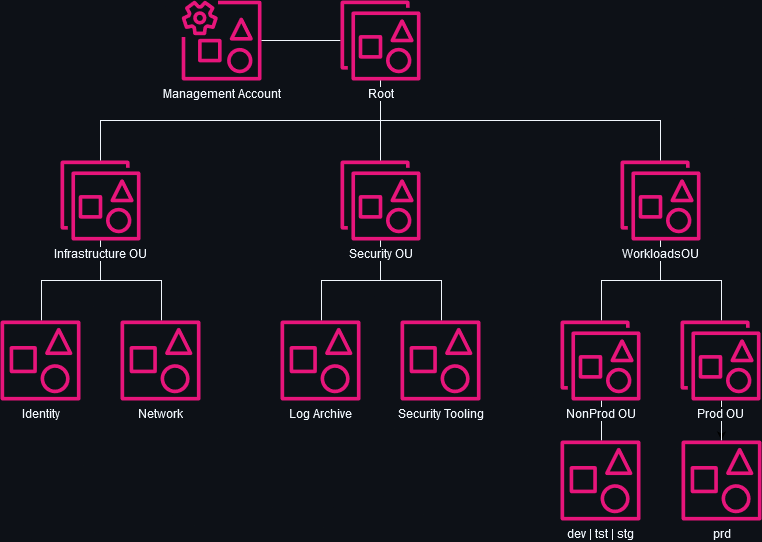
jeremy-banks/devops keeps this draw.io diagram as drawings/org-and-account-layout.drawio.png. Above is the earlier version. Source tidied: cells renumbered, new cells last; positions are measured from the earlier drawing's top-left corner, leaving out a move shared by most shapes.
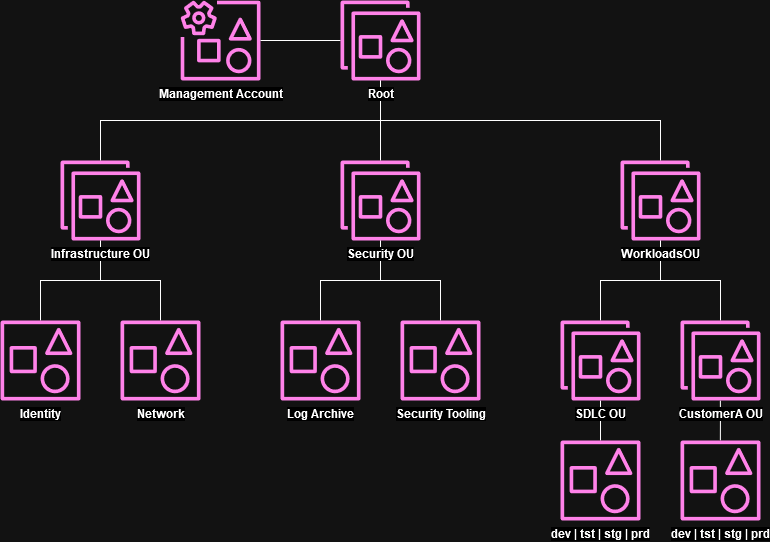
Above is the later version.

Change to the diagram source:
```diff
@@ -1,114 +1,113 @@
-<mxGraphModel background="#0D1117">
+<mxGraphModel>
   <root>
     <mxCell id="0" />
     <mxCell id="1" parent="0" />
+    <mxCell id="28" style="edgeStyle=orthogonalEdgeStyle;rounded=0;orthogonalLoop=1;jettySize=auto;html=1;labelBackgroundColor=default;fontColor=#000000;strokeColor=#000000;endArrow=none;endFill=0;fontStyle=1;" parent="1" edge="1">
+      <mxGeometry relative="1" as="geometry">
+        <mxPoint x="719.9" y="400" as="sourcePoint" />
+        <mxPoint x="719.9" y="440" as="targetPoint" />
+        <Array as="points">
+          <mxPoint x="720" y="420" />
+          <mxPoint x="720" y="420" />
+        </Array>
+      </mxGeometry>
+    </mxCell>
-    <mxCell id="2" value="Management Account" style="sketch=0;outlineConnect=0;fontColor=#F0F6FC;gradientColor=none;fillColor=#E7157B;strokeColor=#F0F6FC;dashed=0;verticalLabelPosition=bottom;verticalAlign=top;align=center;html=1;fontSize=12;fontStyle=0;shape=mxgraph.aws4.organizations_management_account2;labelBackgroundColor=#0D1117;" parent="1" vertex="1">
-      <mxGeometry x="181" width="80" height="80" as="geometry" />
+    <mxCell id="2" value="Management Account" style="sketch=0;outlineConnect=0;fontColor=#000000;gradientColor=none;fillColor=#E7157B;strokeColor=#F0F6FC;dashed=0;verticalLabelPosition=bottom;verticalAlign=top;align=center;html=1;fontSize=12;fontStyle=1;shape=mxgraph.aws4.organizations_management_account2;labelBackgroundColor=default;" parent="1" vertex="1">
+      <mxGeometry x="180" width="80" height="80" as="geometry" />
     </mxCell>
-    <mxCell id="3" style="edgeStyle=orthogonalEdgeStyle;rounded=0;jettySize=auto;html=1;labelBackgroundColor=#0D1117;fontColor=#F0F6FC;strokeColor=#F0F6FC;endArrow=none;endFill=0;" parent="1" edge="1" source="5" target="11">
+    <mxCell id="3" style="edgeStyle=orthogonalEdgeStyle;rounded=0;jettySize=auto;html=1;labelBackgroundColor=default;fontColor=#000000;strokeColor=#000000;endArrow=none;endFill=0;fontStyle=1;" parent="1" edge="1" source="5" target="11">
       <mxGeometry relative="1" as="geometry">
         <Array as="points">
           <mxPoint x="100" y="280" />
-          <mxPoint x="41" y="280" />
+          <mxPoint x="40" y="280" />
         </Array>
       </mxGeometry>
     </mxCell>
-    <mxCell id="4" style="edgeStyle=orthogonalEdgeStyle;rounded=0;jettySize=auto;html=1;labelBackgroundColor=#0D1117;fontColor=#F0F6FC;strokeColor=#F0F6FC;endArrow=none;endFill=0;" parent="1" edge="1" source="5" target="12">
+    <mxCell id="4" style="edgeStyle=orthogonalEdgeStyle;rounded=0;jettySize=auto;html=1;labelBackgroundColor=default;fontColor=#000000;strokeColor=#000000;endArrow=none;endFill=0;fontStyle=1;" parent="1" edge="1" source="5" target="12">
       <mxGeometry relative="1" as="geometry">
         <Array as="points">
           <mxPoint x="100" y="280" />
-          <mxPoint x="161" y="280" />
+          <mxPoint x="160" y="280" />
         </Array>
       </mxGeometry>
     </mxCell>
-    <mxCell id="5" value="Infrastructure OU" style="sketch=0;outlineConnect=0;fontColor=#F0F6FC;gradientColor=none;fillColor=#E7157B;strokeColor=#F0F6FC;dashed=0;verticalLabelPosition=bottom;verticalAlign=top;align=center;html=1;fontSize=12;fontStyle=0;shape=mxgraph.aws4.organizations_organizational_unit2;labelBackgroundColor=#0D1117;" parent="1" vertex="1">
+    <mxCell id="5" value="Infrastructure OU" style="sketch=0;outlineConnect=0;fontColor=#000000;gradientColor=none;fillColor=#E7157B;strokeColor=#F0F6FC;dashed=0;verticalLabelPosition=bottom;verticalAlign=top;align=center;html=1;fontSize=12;fontStyle=1;shape=mxgraph.aws4.organizations_organizational_unit2;labelBackgroundColor=default;" parent="1" vertex="1">
       <mxGeometry x="60" y="160" width="80" height="80" as="geometry" />
     </mxCell>
-    <mxCell id="6" style="edgeStyle=orthogonalEdgeStyle;rounded=0;jettySize=auto;html=1;labelBackgroundColor=#0D1117;fontColor=#F0F6FC;strokeColor=#F0F6FC;endArrow=none;endFill=0;" parent="1" edge="1" source="8" target="10">
+    <mxCell id="6" style="edgeStyle=orthogonalEdgeStyle;rounded=0;jettySize=auto;html=1;labelBackgroundColor=default;fontColor=#000000;strokeColor=#000000;endArrow=none;endFill=0;fontStyle=1;" parent="1" edge="1" source="8" target="10">
       <mxGeometry relative="1" as="geometry">
         <Array as="points">
           <mxPoint x="380" y="280" />
-          <mxPoint x="321" y="280" />
+          <mxPoint x="320" y="280" />
         </Array>
       </mxGeometry>
     </mxCell>
-    <mxCell id="7" style="edgeStyle=orthogonalEdgeStyle;rounded=0;jettySize=auto;html=1;labelBackgroundColor=#0D1117;fontColor=#F0F6FC;strokeColor=#F0F6FC;endArrow=none;endFill=0;" parent="1" edge="1" source="8" target="9">
+    <mxCell id="7" style="edgeStyle=orthogonalEdgeStyle;rounded=0;jettySize=auto;html=1;labelBackgroundColor=default;fontColor=#000000;strokeColor=#000000;endArrow=none;endFill=0;fontStyle=1;" parent="1" edge="1" source="8" target="9">
       <mxGeometry relative="1" as="geometry">
         <Array as="points">
           <mxPoint x="380" y="280" />
-          <mxPoint x="441" y="280" />
+          <mxPoint x="440" y="280" />
         </Array>
       </mxGeometry>
     </mxCell>
-    <mxCell id="8" value="Security OU" style="sketch=0;outlineConnect=0;fontColor=#F0F6FC;gradientColor=none;fillColor=#E7157B;strokeColor=#F0F6FC;dashed=0;verticalLabelPosition=bottom;verticalAlign=top;align=center;html=1;fontSize=12;fontStyle=0;shape=mxgraph.aws4.organizations_organizational_unit2;labelBackgroundColor=#0D1117;" parent="1" vertex="1">
+    <mxCell id="8" value="Security OU" style="sketch=0;outlineConnect=0;fontColor=#000000;gradientColor=none;fillColor=#E7157B;strokeColor=#F0F6FC;dashed=0;verticalLabelPosition=bottom;verticalAlign=top;align=center;html=1;fontSize=12;fontStyle=1;shape=mxgraph.aws4.organizations_organizational_unit2;labelBackgroundColor=default;" parent="1" vertex="1">
       <mxGeometry x="340" y="160" width="80" height="80" as="geometry" />
     </mxCell>
-    <mxCell id="9" value="Security Tooling" style="sketch=0;outlineConnect=0;fontColor=#F0F6FC;gradientColor=none;fillColor=#E7157B;strokeColor=#F0F6FC;dashed=0;verticalLabelPosition=bottom;verticalAlign=top;align=center;html=1;fontSize=12;fontStyle=0;shape=mxgraph.aws4.organizations_account2;labelBackgroundColor=#0D1117;" parent="1" vertex="1">
+    <mxCell id="9" value="Security Tooling" style="sketch=0;outlineConnect=0;fontColor=#000000;gradientColor=none;fillColor=#E7157B;strokeColor=#F0F6FC;dashed=0;verticalLabelPosition=bottom;verticalAlign=top;align=center;html=1;fontSize=12;fontStyle=1;shape=mxgraph.aws4.organizations_account2;labelBackgroundColor=default;" parent="1" vertex="1">
       <mxGeometry x="400" y="320" width="80" height="80" as="geometry" />
     </mxCell>
-    <mxCell id="10" value="&lt;div&gt;Log Archive&lt;/div&gt;" style="sketch=0;outlineConnect=0;fontColor=#F0F6FC;gradientColor=none;fillColor=#E7157B;strokeColor=#F0F6FC;dashed=0;verticalLabelPosition=bottom;verticalAlign=top;align=center;html=1;fontSize=12;fontStyle=0;shape=mxgraph.aws4.organizations_account2;labelBackgroundColor=#0D1117;" parent="1" vertex="1">
+    <mxCell id="10" value="&lt;div&gt;Log Archive&lt;/div&gt;" style="sketch=0;outlineConnect=0;fontColor=#000000;gradientColor=none;fillColor=#E7157B;strokeColor=#F0F6FC;dashed=0;verticalLabelPosition=bottom;verticalAlign=top;align=center;html=1;fontSize=12;fontStyle=1;shape=mxgraph.aws4.organizations_account2;labelBackgroundColor=default;" parent="1" vertex="1">
       <mxGeometry x="280" y="320" width="80" height="80" as="geometry" />
     </mxCell>
-    <mxCell id="11" value="Identity" style="sketch=0;outlineConnect=0;fontColor=#F0F6FC;gradientColor=none;fillColor=#E7157B;strokeColor=#F0F6FC;dashed=0;verticalLabelPosition=bottom;verticalAlign=top;align=center;html=1;fontSize=12;fontStyle=0;shape=mxgraph.aws4.organizations_account2;labelBackgroundColor=#0D1117;" parent="1" vertex="1">
+    <mxCell id="11" value="Identity" style="sketch=0;outlineConnect=0;fontColor=#000000;gradientColor=none;fillColor=#E7157B;strokeColor=#F0F6FC;dashed=0;verticalLabelPosition=bottom;verticalAlign=top;align=center;html=1;fontSize=12;fontStyle=1;shape=mxgraph.aws4.organizations_account2;labelBackgroundColor=default;" parent="1" vertex="1">
       <mxGeometry y="320" width="80" height="80" as="geometry" />
     </mxCell>
-    <mxCell id="12" value="&lt;div&gt;Network&lt;/div&gt;" style="sketch=0;outlineConnect=0;fontColor=#F0F6FC;gradientColor=none;fillColor=#E7157B;strokeColor=#F0F6FC;dashed=0;verticalLabelPosition=bottom;verticalAlign=top;align=center;html=1;fontSize=12;fontStyle=0;shape=mxgraph.aws4.organizations_account2;labelBackgroundColor=#0D1117;" parent="1" vertex="1">
+    <mxCell id="12" value="&lt;div&gt;Network&lt;/div&gt;" style="sketch=0;outlineConnect=0;fontColor=#000000;gradientColor=none;fillColor=#E7157B;strokeColor=#F0F6FC;dashed=0;verticalLabelPosition=bottom;verticalAlign=top;align=center;html=1;fontSize=12;fontStyle=1;shape=mxgraph.aws4.organizations_account2;labelBackgroundColor=default;" parent="1" vertex="1">
       <mxGeometry x="120" y="320" width="80" height="80" as="geometry" />
     </mxCell>
-    <mxCell id="13" style="edgeStyle=orthogonalEdgeStyle;rounded=0;jettySize=auto;html=1;labelBackgroundColor=#0D1117;fontColor=#F0F6FC;strokeColor=#F0F6FC;endArrow=none;endFill=0;" parent="1" edge="1" source="15" target="17">
+    <mxCell id="13" style="edgeStyle=orthogonalEdgeStyle;rounded=0;jettySize=auto;html=1;labelBackgroundColor=default;fontColor=#000000;strokeColor=#000000;endArrow=none;endFill=0;fontStyle=1;" parent="1" edge="1" source="15" target="17">
       <mxGeometry relative="1" as="geometry">
         <Array as="points">
           <mxPoint x="660" y="280" />
-          <mxPoint x="601" y="280" />
+          <mxPoint x="600" y="280" />
         </Array>
       </mxGeometry>
     </mxCell>
-    <mxCell id="14" style="edgeStyle=orthogonalEdgeStyle;rounded=0;jettySize=auto;html=1;labelBackgroundColor=#0D1117;fontColor=#F0F6FC;strokeColor=#F0F6FC;endArrow=none;endFill=0;" parent="1" edge="1" source="15" target="20">
+    <mxCell id="14" style="edgeStyle=orthogonalEdgeStyle;rounded=0;jettySize=auto;html=1;labelBackgroundColor=default;fontColor=#000000;strokeColor=#000000;endArrow=none;endFill=0;fontStyle=1;" parent="1" edge="1" source="15" target="20">
       <mxGeometry relative="1" as="geometry">
         <Array as="points">
           <mxPoint x="660" y="280" />
-          <mxPoint x="721" y="280" />
+          <mxPoint x="720" y="280" />
         </Array>
       </mxGeometry>
     </mxCell>
-    <mxCell id="15" value="&lt;div&gt;WorkloadsOU&lt;/div&gt;" style="sketch=0;outlineConnect=0;fontColor=#F0F6FC;gradientColor=none;fillColor=#E7157B;strokeColor=#F0F6FC;dashed=0;verticalLabelPosition=bottom;verticalAlign=top;align=center;html=1;fontSize=12;fontStyle=0;shape=mxgraph.aws4.organizations_organizational_unit2;labelBackgroundColor=#0D1117;" parent="1" vertex="1">
+    <mxCell id="15" value="&lt;div&gt;WorkloadsOU&lt;/div&gt;" style="sketch=0;outlineConnect=0;fontColor=#000000;gradientColor=none;fillColor=#E7157B;strokeColor=#F0F6FC;dashed=0;verticalLabelPosition=bottom;verticalAlign=top;align=center;html=1;fontSize=12;fontStyle=1;shape=mxgraph.aws4.organizations_organizational_unit2;labelBackgroundColor=default;" parent="1" vertex="1">
       <mxGeometry x="620" y="160" width="80" height="80" as="geometry" />
     </mxCell>
-    <mxCell id="16" style="edgeStyle=orthogonalEdgeStyle;rounded=0;jettySize=auto;html=1;labelBackgroundColor=#0D1117;fontColor=#F0F6FC;strokeColor=#F0F6FC;endArrow=none;endFill=0;" parent="1" edge="1" source="17" target="21">
+    <mxCell id="16" style="edgeStyle=orthogonalEdgeStyle;rounded=0;jettySize=auto;html=1;labelBackgroundColor=default;fontColor=#000000;strokeColor=#000000;endArrow=none;endFill=0;fontStyle=1;" parent="1" edge="1" source="17" target="21">
       <mxGeometry relative="1" as="geometry">
         <Array as="points">
-          <mxPoint x="601" y="420" />
-          <mxPoint x="601" y="420" />
+          <mxPoint x="600" y="420" />
+          <mxPoint x="600" y="420" />
         </Array>
       </mxGeometry>
     </mxCell>
-    <mxCell id="17" value="NonProd OU" style="sketch=0;outlineConnect=0;fontColor=#F0F6FC;gradientColor=none;fillColor=#E7157B;strokeColor=#F0F6FC;dashed=0;verticalLabelPosition=bottom;verticalAlign=top;align=center;html=1;fontSize=12;fontStyle=0;shape=mxgraph.aws4.organizations_organizational_unit2;labelBackgroundColor=#0D1117;" parent="1" vertex="1">
+    <mxCell id="17" value="SDLC OU" style="sketch=0;outlineConnect=0;fontColor=#000000;gradientColor=none;fillColor=#E7157B;strokeColor=#F0F6FC;dashed=0;verticalLabelPosition=bottom;verticalAlign=top;align=center;html=1;fontSize=12;fontStyle=1;shape=mxgraph.aws4.organizations_organizational_unit2;labelBackgroundColor=default;" parent="1" vertex="1">
       <mxGeometry x="560" y="320" width="80" height="80" as="geometry" />
     </mxCell>
-    <mxCell id="18" style="edgeStyle=orthogonalEdgeStyle;rounded=0;jettySize=auto;html=1;" parent="1" edge="1" source="20" target="22">
-      <mxGeometry relative="1" as="geometry" />
-    </mxCell>
-    <mxCell id="19" style="edgeStyle=orthogonalEdgeStyle;rounded=0;jettySize=auto;html=1;strokeColor=#F0F6FC;endArrow=none;endFill=0;" parent="1" edge="1" source="20" target="22">
-      <mxGeometry relative="1" as="geometry">
-        <Array as="points">
-          <mxPoint x="721" y="410" />
-          <mxPoint x="721" y="410" />
-        </Array>
-      </mxGeometry>
-    </mxCell>
-    <mxCell id="20" value="Prod OU" style="sketch=0;outlineConnect=0;fontColor=#F0F6FC;gradientColor=none;fillColor=#E7157B;strokeColor=#F0F6FC;dashed=0;verticalLabelPosition=bottom;verticalAlign=top;align=center;html=1;fontSize=12;fontStyle=0;shape=mxgraph.aws4.organizations_organizational_unit2;labelBackgroundColor=#0D1117;" parent="1" vertex="1">
+    <mxCell id="20" value="CustomerA OU" style="sketch=0;outlineConnect=0;fontColor=#000000;gradientColor=none;fillColor=#E7157B;strokeColor=#F0F6FC;dashed=0;verticalLabelPosition=bottom;verticalAlign=top;align=center;html=1;fontSize=12;fontStyle=1;shape=mxgraph.aws4.organizations_organizational_unit2;labelBackgroundColor=default;" parent="1" vertex="1">
       <mxGeometry x="680" y="320" width="80" height="80" as="geometry" />
     </mxCell>
-    <mxCell id="21" value="dev | tst | stg" style="sketch=0;outlineConnect=0;fontColor=#F0F6FC;gradientColor=none;fillColor=#E7157B;strokeColor=#F0F6FC;dashed=0;verticalLabelPosition=bottom;verticalAlign=top;align=center;html=1;fontSize=12;fontStyle=0;shape=mxgraph.aws4.organizations_account2;labelBackgroundColor=#0D1117;" parent="1" vertex="1">
+    <mxCell id="21" value="dev | tst | stg | prd" style="sketch=0;outlineConnect=0;fontColor=#000000;gradientColor=none;fillColor=#E7157B;strokeColor=#F0F6FC;dashed=0;verticalLabelPosition=bottom;verticalAlign=top;align=center;html=1;fontSize=12;fontStyle=1;shape=mxgraph.aws4.organizations_account2;labelBackgroundColor=default;" parent="1" vertex="1">
       <mxGeometry x="560" y="440" width="80" height="80" as="geometry" />
     </mxCell>
-    <mxCell id="22" value="prd" style="sketch=0;outlineConnect=0;fontColor=#F0F6FC;gradientColor=none;fillColor=#E7157B;strokeColor=#F0F6FC;dashed=0;verticalLabelPosition=bottom;verticalAlign=top;align=center;html=1;fontSize=12;fontStyle=0;shape=mxgraph.aws4.organizations_account2;labelBackgroundColor=#0D1117;" parent="1" vertex="1">
-      <mxGeometry x="681" y="440" width="80" height="80" as="geometry" />
+    <mxCell id="22" value="dev | tst | stg | prd" style="sketch=0;outlineConnect=0;fontColor=#000000;gradientColor=none;fillColor=#E7157B;strokeColor=#F0F6FC;dashed=0;verticalLabelPosition=bottom;verticalAlign=top;align=center;html=1;fontSize=12;fontStyle=1;shape=mxgraph.aws4.organizations_account2;labelBackgroundColor=default;" parent="1" vertex="1">
+      <mxGeometry x="680" y="440" width="80" height="80" as="geometry" />
     </mxCell>
-    <mxCell id="23" style="edgeStyle=orthogonalEdgeStyle;rounded=0;jettySize=auto;html=1;strokeColor=#F0F6FC;endArrow=none;endFill=0;" parent="1" edge="1" source="27" target="8">
+    <mxCell id="23" style="edgeStyle=orthogonalEdgeStyle;rounded=0;jettySize=auto;html=1;strokeColor=#000000;endArrow=none;endFill=0;labelBackgroundColor=default;fontColor=#000000;fontStyle=1;" parent="1" edge="1" source="27" target="8">
       <mxGeometry relative="1" as="geometry" />
     </mxCell>
-    <mxCell id="24" style="edgeStyle=orthogonalEdgeStyle;rounded=0;jettySize=auto;html=1;strokeColor=#F0F6FC;endArrow=none;endFill=0;" parent="1" edge="1" source="27" target="5">
+    <mxCell id="24" style="edgeStyle=orthogonalEdgeStyle;rounded=0;jettySize=auto;html=1;strokeColor=#000000;endArrow=none;endFill=0;labelBackgroundColor=default;fontColor=#000000;fontStyle=1;" parent="1" edge="1" source="27" target="5">
       <mxGeometry relative="1" as="geometry">
         <Array as="points">
           <mxPoint x="380" y="120" />
@@ -116,7 +115,7 @@
         </Array>
       </mxGeometry>
     </mxCell>
-    <mxCell id="25" style="edgeStyle=orthogonalEdgeStyle;rounded=0;jettySize=auto;html=1;strokeColor=#F0F6FC;endArrow=none;endFill=0;" parent="1" edge="1" source="27" target="15">
+    <mxCell id="25" style="edgeStyle=orthogonalEdgeStyle;rounded=0;jettySize=auto;html=1;strokeColor=#000000;endArrow=none;endFill=0;labelBackgroundColor=default;fontColor=#000000;fontStyle=1;" parent="1" edge="1" source="27" target="15">
       <mxGeometry relative="1" as="geometry">
         <Array as="points">
           <mxPoint x="380" y="120" />
@@ -124,10 +123,10 @@
         </Array>
       </mxGeometry>
     </mxCell>
-    <mxCell id="26" style="edgeStyle=orthogonalEdgeStyle;rounded=0;jettySize=auto;html=1;strokeColor=#F0F6FC;endArrow=none;endFill=0;" parent="1" edge="1" source="27" target="2">
+    <mxCell id="26" style="edgeStyle=orthogonalEdgeStyle;rounded=0;jettySize=auto;html=1;strokeColor=#000000;endArrow=none;endFill=0;labelBackgroundColor=default;fontColor=#000000;fontStyle=1;" parent="1" edge="1" source="27" target="2">
       <mxGeometry relative="1" as="geometry" />
     </mxCell>
-    <mxCell id="27" value="Root" style="sketch=0;outlineConnect=0;fontColor=#F0F6FC;gradientColor=none;fillColor=#E7157B;strokeColor=#F0F6FC;dashed=0;verticalLabelPosition=bottom;verticalAlign=top;align=center;html=1;fontSize=12;fontStyle=0;shape=mxgraph.aws4.organizations_organizational_unit2;labelBackgroundColor=#0D1117;" parent="1" vertex="1">
+    <mxCell id="27" value="Root" style="sketch=0;outlineConnect=0;fontColor=#000000;gradientColor=none;fillColor=#E7157B;strokeColor=#F0F6FC;dashed=0;verticalLabelPosition=bottom;verticalAlign=top;align=center;html=1;fontSize=12;fontStyle=1;shape=mxgraph.aws4.organizations_organizational_unit2;labelBackgroundColor=default;" parent="1" vertex="1">
       <mxGeometry x="340" width="80" height="80" as="geometry" />
     </mxCell>
   </root>
```
